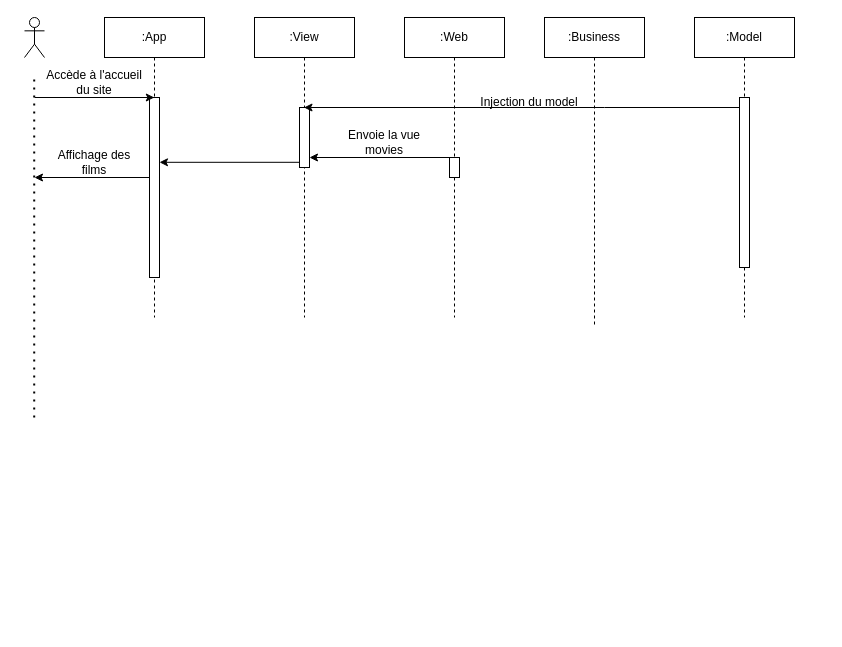
Before: assets/diagramme de séquence distopia.drawio in Merytxell/disto, a draw.io diagram. Source tidied: cells renumbered, new cells numbered last; positions are measured from the earlier drawing's top-left corner, leaving out a move shared by most shapes. Both pictures are drawn from the tidied source at 100%, with x=0, y=0 at pixel (24, 17).
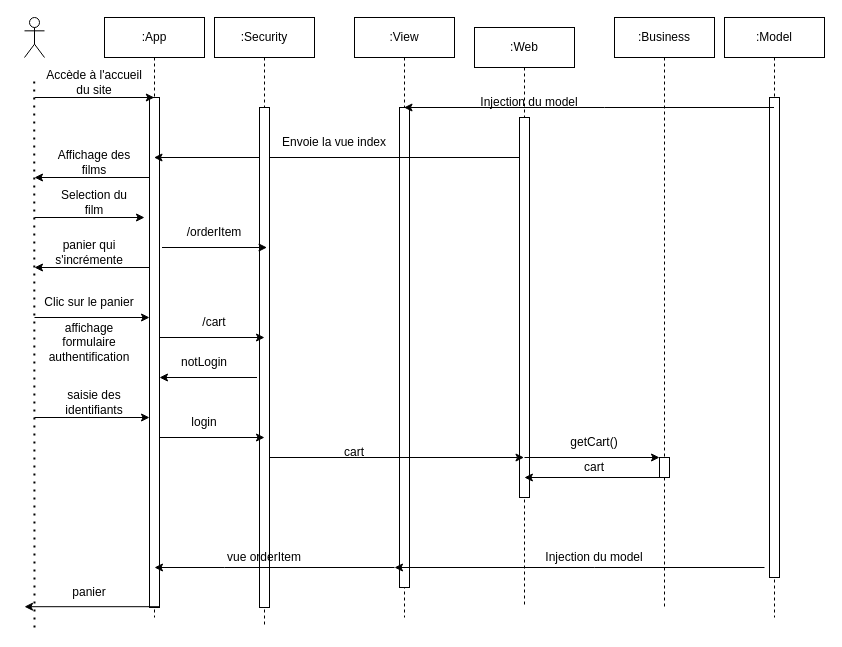
Above is the later version.

Commit message:
modification diagramme de séquence

Diff of the diagram source:
```diff
@@
     <mxCell id="2" value=":App" style="shape=umlLifeline;perimeter=lifelinePerimeter;whiteSpace=wrap;html=1;outlineConnect=0;portConstraint=eastwest;newEdgeStyle={&quot;edgeStyle&quot;:&quot;elbowEdgeStyle&quot;,&quot;elbow&quot;:&quot;vertical&quot;,&quot;curved&quot;:0,&quot;rounded&quot;:0};" parent="1" vertex="1">
-      <mxGeometry x="80" width="100" height="300" as="geometry" />
+      <mxGeometry x="80" width="100" height="600" as="geometry" />
     </mxCell>
     <mxCell id="3" style="html=1;points=[];perimeter=orthogonalPerimeter;outlineConnect=0;targetShapes=umlLifeline;portConstraint=eastwest;newEdgeStyle={&quot;edgeStyle&quot;:&quot;elbowEdgeStyle&quot;,&quot;elbow&quot;:&quot;vertical&quot;,&quot;curved&quot;:0,&quot;rounded&quot;:0};" parent="2" vertex="1">
-      <mxGeometry x="45" y="80" width="10" height="180" as="geometry" />
+      <mxGeometry x="45" y="80" width="10" height="510" as="geometry" />
     </mxCell>
     <mxCell id="4" value=":View" style="shape=umlLifeline;perimeter=lifelinePerimeter;whiteSpace=wrap;html=1;outlineConnect=0;portConstraint=eastwest;newEdgeStyle={&quot;edgeStyle&quot;:&quot;elbowEdgeStyle&quot;,&quot;elbow&quot;:&quot;vertical&quot;,&quot;curved&quot;:0,&quot;rounded&quot;:0};" parent="1" vertex="1">
-      <mxGeometry x="230" width="100" height="300" as="geometry" />
+      <mxGeometry x="330" width="100" height="600" as="geometry" />
     </mxCell>
     <mxCell id="5" style="html=1;perimeter=orthogonalPerimeter;targetShapes=umlLifeline;newEdgeStyle={&quot;edgeStyle&quot;:&quot;elbowEdgeStyle&quot;,&quot;elbow&quot;:&quot;vertical&quot;,&quot;curved&quot;:0,&quot;rounded&quot;:0};" parent="4" vertex="1">
-      <mxGeometry x="45" y="90" width="10" height="60" as="geometry" />
+      <mxGeometry x="45" y="90" width="10" height="480" as="geometry" />
     </mxCell>
@@
     <mxCell id="7" style="endArrow=none;dashed=1;html=1;dashPattern=1 3;strokeWidth=2;rounded=0;" parent="1" edge="1">
       <mxGeometry relative="1" as="geometry">
-        <mxPoint x="9.7" y="400" as="sourcePoint" />
+        <mxPoint x="10" y="610" as="sourcePoint" />
         <mxPoint x="9.7" y="60" as="targetPoint" />
       </mxGeometry>
     </mxCell>
     <mxCell id="8" value=":Web" style="shape=umlLifeline;perimeter=lifelinePerimeter;whiteSpace=wrap;html=1;outlineConnect=0;portConstraint=eastwest;newEdgeStyle={&quot;edgeStyle&quot;:&quot;elbowEdgeStyle&quot;,&quot;elbow&quot;:&quot;vertical&quot;,&quot;curved&quot;:0,&quot;rounded&quot;:0};" parent="1" vertex="1">
-      <mxGeometry x="380" width="100" height="300" as="geometry" />
+      <mxGeometry x="450" y="10" width="100" height="580" as="geometry" />
     </mxCell>
     <mxCell id="9" style="html=1;points=[];perimeter=orthogonalPerimeter;outlineConnect=0;targetShapes=umlLifeline;portConstraint=eastwest;newEdgeStyle={&quot;edgeStyle&quot;:&quot;elbowEdgeStyle&quot;,&quot;elbow&quot;:&quot;vertical&quot;,&quot;curved&quot;:0,&quot;rounded&quot;:0};" parent="8" vertex="1">
-      <mxGeometry x="45" y="140" width="10" height="20" as="geometry" />
+      <mxGeometry x="45" y="90" width="10" height="380" as="geometry" />
     </mxCell>
     <mxCell id="10" value=":Business" style="shape=umlLifeline;perimeter=lifelinePerimeter;whiteSpace=wrap;html=1;newEdgeStyle={&quot;edgeStyle&quot;:&quot;elbowEdgeStyle&quot;,&quot;elbow&quot;:&quot;vertical&quot;,&quot;curved&quot;:0,&quot;rounded&quot;:0};" parent="1" vertex="1">
-      <mxGeometry x="520" width="100" height="310" as="geometry" />
+      <mxGeometry x="590" width="100" height="590" as="geometry" />
     </mxCell>
+    <mxCell id="22" style="html=1;points=[];perimeter=orthogonalPerimeter;outlineConnect=0;targetShapes=umlLifeline;portConstraint=eastwest;newEdgeStyle={&quot;edgeStyle&quot;:&quot;elbowEdgeStyle&quot;,&quot;elbow&quot;:&quot;vertical&quot;,&quot;curved&quot;:0,&quot;rounded&quot;:0};" parent="10" vertex="1">
+      <mxGeometry x="45" y="440" width="10" height="20" as="geometry" />
+    </mxCell>
     <mxCell id="11" value=":Model" style="shape=umlLifeline;perimeter=lifelinePerimeter;whiteSpace=wrap;html=1;outlineConnect=0;portConstraint=eastwest;newEdgeStyle={&quot;edgeStyle&quot;:&quot;elbowEdgeStyle&quot;,&quot;elbow&quot;:&quot;vertical&quot;,&quot;curved&quot;:0,&quot;rounded&quot;:0};" parent="1" vertex="1">
-      <mxGeometry x="670" width="100" height="300" as="geometry" />
+      <mxGeometry x="700" width="100" height="600" as="geometry" />
     </mxCell>
     <mxCell id="12" style="html=1;perimeter=orthogonalPerimeter;targetShapes=umlLifeline;newEdgeStyle={&quot;edgeStyle&quot;:&quot;elbowEdgeStyle&quot;,&quot;elbow&quot;:&quot;vertical&quot;,&quot;curved&quot;:0,&quot;rounded&quot;:0};" parent="11" vertex="1">
-      <mxGeometry x="45" y="80" width="10" height="170" as="geometry" />
+      <mxGeometry x="45" y="80" width="10" height="480" as="geometry" />
     </mxCell>
@@
-    <mxCell id="15" style="endArrow=classic;html=1;rounded=0;" parent="1" edge="1" source="9">
+    <mxCell id="15" style="endArrow=classic;html=1;rounded=0;" parent="1" edge="1" target="2">
       <mxGeometry relative="1" as="geometry">
-        <mxPoint x="285" y="140" as="targetPoint" />
+        <mxPoint x="495" y="140" as="sourcePoint" />
       </mxGeometry>
     </mxCell>
-    <mxCell id="16" value="Envoie la vue movies" style="text;html=1;align=center;verticalAlign=middle;whiteSpace=wrap;rounded=0;" parent="1" vertex="1">
-      <mxGeometry x="310" y="110" width="100" height="30" as="geometry" />
+    <mxCell id="16" value="Envoie la vue index" style="text;html=1;align=center;verticalAlign=middle;whiteSpace=wrap;rounded=0;" parent="1" vertex="1">
+      <mxGeometry x="250" y="110" width="120" height="30" as="geometry" />
     </mxCell>
-    <mxCell id="17" style="endArrow=classic;html=1;rounded=0;" parent="1" edge="1" target="4">
+    <mxCell id="17" style="endArrow=classic;html=1;rounded=0;" parent="1" edge="1" source="11" target="4">
       <mxGeometry relative="1" as="geometry">
-        <mxPoint x="715" y="90" as="sourcePoint" />
         <Array as="points">
           <mxPoint x="580" y="90" />
         </Array>
       </mxGeometry>
     </mxCell>
@@
-    <mxCell id="19" style="endArrow=classic;html=1;rounded=0;" parent="1" edge="1" target="3">
-      <mxGeometry relative="1" as="geometry">
-        <mxPoint x="275" y="144.8" as="sourcePoint" />
-      </mxGeometry>
-    </mxCell>
@@
+    <mxCell id="23" style="endArrow=classic;html=1;rounded=0;" parent="1" edge="1">
+      <mxGeometry relative="1" as="geometry">
+        <mxPoint x="10" y="200" as="sourcePoint" />
+        <mxPoint x="120" y="200" as="targetPoint" />
+      </mxGeometry>
+    </mxCell>
+    <mxCell id="24" value="Selection du film" style="text;html=1;align=center;verticalAlign=middle;whiteSpace=wrap;rounded=0;" parent="1" vertex="1">
+      <mxGeometry x="30" y="170" width="80" height="30" as="geometry" />
+    </mxCell>
+    <mxCell id="25" value=":Security" style="shape=umlLifeline;perimeter=lifelinePerimeter;whiteSpace=wrap;html=1;newEdgeStyle={&quot;edgeStyle&quot;:&quot;elbowEdgeStyle&quot;,&quot;elbow&quot;:&quot;vertical&quot;,&quot;curved&quot;:0,&quot;rounded&quot;:0};" parent="1" vertex="1">
+      <mxGeometry x="190" width="100" height="610" as="geometry" />
+    </mxCell>
+    <mxCell id="26" style="html=1;perimeter=orthogonalPerimeter;targetShapes=umlLifeline;newEdgeStyle={&quot;edgeStyle&quot;:&quot;elbowEdgeStyle&quot;,&quot;elbow&quot;:&quot;vertical&quot;,&quot;curved&quot;:0,&quot;rounded&quot;:0};" parent="25" vertex="1">
+      <mxGeometry x="45" y="90" width="10" height="500" as="geometry" />
+    </mxCell>
+    <mxCell id="27" style="endArrow=classic;html=1;rounded=0;" parent="1" edge="1">
+      <mxGeometry relative="1" as="geometry">
+        <mxPoint x="137.5" y="230" as="sourcePoint" />
+        <mxPoint x="242.5" y="230" as="targetPoint" />
+      </mxGeometry>
+    </mxCell>
+    <mxCell id="28" value="/orderItem" style="text;html=1;align=center;verticalAlign=middle;whiteSpace=wrap;rounded=0;" parent="1" vertex="1">
+      <mxGeometry x="150" y="200" width="80" height="30" as="geometry" />
+    </mxCell>
+    <mxCell id="29" value="Clic sur le panier" style="text;html=1;align=center;verticalAlign=middle;whiteSpace=wrap;rounded=0;" parent="1" vertex="1">
+      <mxGeometry x="10" y="270" width="110" height="30" as="geometry" />
+    </mxCell>
+    <mxCell id="30" style="endArrow=classic;html=1;rounded=0;" parent="1" edge="1" source="3">
+      <mxGeometry relative="1" as="geometry">
+        <mxPoint x="10" y="250" as="targetPoint" />
+      </mxGeometry>
+    </mxCell>
+    <mxCell id="31" value="panier qui s'incrémente" style="text;html=1;align=center;verticalAlign=middle;whiteSpace=wrap;rounded=0;" parent="1" vertex="1">
+      <mxGeometry x="10" y="220" width="110" height="30" as="geometry" />
+    </mxCell>
+    <mxCell id="32" style="endArrow=classic;html=1;rounded=0;" parent="1" edge="1" target="3">
+      <mxGeometry relative="1" as="geometry">
+        <mxPoint x="10" y="300" as="sourcePoint" />
+      </mxGeometry>
+    </mxCell>
+    <mxCell id="33" style="endArrow=classic;html=1;rounded=0;" parent="1" edge="1">
+      <mxGeometry relative="1" as="geometry">
+        <mxPoint x="135" y="320" as="sourcePoint" />
+        <mxPoint x="240" y="320" as="targetPoint" />
+      </mxGeometry>
+    </mxCell>
+    <mxCell id="34" value="/cart" style="text;html=1;align=center;verticalAlign=middle;whiteSpace=wrap;rounded=0;" parent="1" vertex="1">
+      <mxGeometry x="135" y="290" width="110" height="30" as="geometry" />
+    </mxCell>
+    <mxCell id="35" value="notLogin" style="text;html=1;align=center;verticalAlign=middle;whiteSpace=wrap;rounded=0;" parent="1" vertex="1">
+      <mxGeometry x="150" y="330" width="60" height="30" as="geometry" />
+    </mxCell>
+    <mxCell id="36" style="endArrow=classic;html=1;rounded=0;" parent="1" edge="1">
+      <mxGeometry relative="1" as="geometry">
+        <mxPoint x="232.5" y="360" as="sourcePoint" />
+        <mxPoint x="135" y="360" as="targetPoint" />
+      </mxGeometry>
+    </mxCell>
+    <mxCell id="37" value="affichage formulaire authentification" style="text;html=1;align=center;verticalAlign=middle;whiteSpace=wrap;rounded=0;" parent="1" vertex="1">
+      <mxGeometry x="20" y="310" width="90" height="30" as="geometry" />
+    </mxCell>
+    <mxCell id="38" style="endArrow=classic;html=1;rounded=0;" parent="1" edge="1">
+      <mxGeometry relative="1" as="geometry">
+        <mxPoint x="10" y="400" as="sourcePoint" />
+        <mxPoint x="125" y="400" as="targetPoint" />
+      </mxGeometry>
+    </mxCell>
+    <mxCell id="39" value="saisie des identifiants" style="text;html=1;align=center;verticalAlign=middle;whiteSpace=wrap;rounded=0;" parent="1" vertex="1">
+      <mxGeometry x="15" y="370" width="110" height="30" as="geometry" />
+    </mxCell>
+    <mxCell id="40" style="endArrow=classic;html=1;rounded=0;" parent="1" edge="1">
+      <mxGeometry relative="1" as="geometry">
+        <mxPoint x="135" y="420" as="sourcePoint" />
+        <mxPoint x="240" y="420" as="targetPoint" />
+      </mxGeometry>
+    </mxCell>
+    <mxCell id="41" value="login" style="text;html=1;align=center;verticalAlign=middle;whiteSpace=wrap;rounded=0;" parent="1" vertex="1">
+      <mxGeometry x="150" y="390" width="60" height="30" as="geometry" />
+    </mxCell>
+    <mxCell id="42" style="endArrow=classic;html=1;rounded=0;" parent="1" edge="1" target="8">
+      <mxGeometry relative="1" as="geometry">
+        <mxPoint x="245" y="440" as="sourcePoint" />
+      </mxGeometry>
+    </mxCell>
+    <mxCell id="43" value="cart" style="text;html=1;align=center;verticalAlign=middle;whiteSpace=wrap;rounded=0;" parent="1" vertex="1">
+      <mxGeometry x="300" y="420" width="60" height="30" as="geometry" />
+    </mxCell>
+    <mxCell id="44" style="endArrow=classic;html=1;rounded=0;" parent="1" edge="1" target="22">
+      <mxGeometry relative="1" as="geometry">
+        <mxPoint x="500" y="440" as="sourcePoint" />
+      </mxGeometry>
+    </mxCell>
+    <mxCell id="45" value="getCart()" style="text;html=1;align=center;verticalAlign=middle;whiteSpace=wrap;rounded=0;" parent="1" vertex="1">
+      <mxGeometry x="540" y="410" width="60" height="30" as="geometry" />
+    </mxCell>
+    <mxCell id="46" style="endArrow=classic;html=1;rounded=0;" parent="1" edge="1">
+      <mxGeometry relative="1" as="geometry">
+        <mxPoint x="635" y="460" as="sourcePoint" />
+        <mxPoint x="499.9" y="460" as="targetPoint" />
+      </mxGeometry>
+    </mxCell>
+    <mxCell id="47" value="cart" style="text;html=1;align=center;verticalAlign=middle;whiteSpace=wrap;rounded=0;" parent="1" vertex="1">
+      <mxGeometry x="545" y="440" width="50" height="20" as="geometry" />
+    </mxCell>
+    <mxCell id="48" style="endArrow=classic;html=1;rounded=0;" parent="1" edge="1">
+      <mxGeometry relative="1" as="geometry">
+        <mxPoint x="740" y="550" as="sourcePoint" />
+        <mxPoint x="370" y="550" as="targetPoint" />
+        <Array as="points">
+          <mxPoint x="570" y="550" />
+        </Array>
+      </mxGeometry>
+    </mxCell>
+    <mxCell id="49" value="Injection du model" style="text;html=1;align=center;verticalAlign=middle;whiteSpace=wrap;rounded=0;" parent="1" vertex="1">
+      <mxGeometry x="515" y="520" width="110" height="40" as="geometry" />
+    </mxCell>
+    <mxCell id="50" style="endArrow=classic;html=1;rounded=0;" parent="1" edge="1">
+      <mxGeometry relative="1" as="geometry">
+        <mxPoint x="370" y="550" as="sourcePoint" />
+        <mxPoint x="130" y="550" as="targetPoint" />
+        <Array as="points">
+          <mxPoint x="200" y="550" />
+        </Array>
+      </mxGeometry>
+    </mxCell>
+    <mxCell id="51" value="vue orderItem" style="text;html=1;align=center;verticalAlign=middle;whiteSpace=wrap;rounded=0;" parent="1" vertex="1">
+      <mxGeometry x="185" y="520" width="110" height="40" as="geometry" />
+    </mxCell>
+    <mxCell id="52" style="endArrow=classic;html=1;rounded=0;" parent="1" edge="1">
+      <mxGeometry relative="1" as="geometry">
+        <mxPoint x="135.1" y="589.2" as="sourcePoint" />
+        <mxPoint y="589.2" as="targetPoint" />
+      </mxGeometry>
+    </mxCell>
+    <mxCell id="53" value="panier" style="text;html=1;align=center;verticalAlign=middle;whiteSpace=wrap;rounded=0;" parent="1" vertex="1">
+      <mxGeometry x="10" y="560" width="110" height="30" as="geometry" />
+    </mxCell>
```
